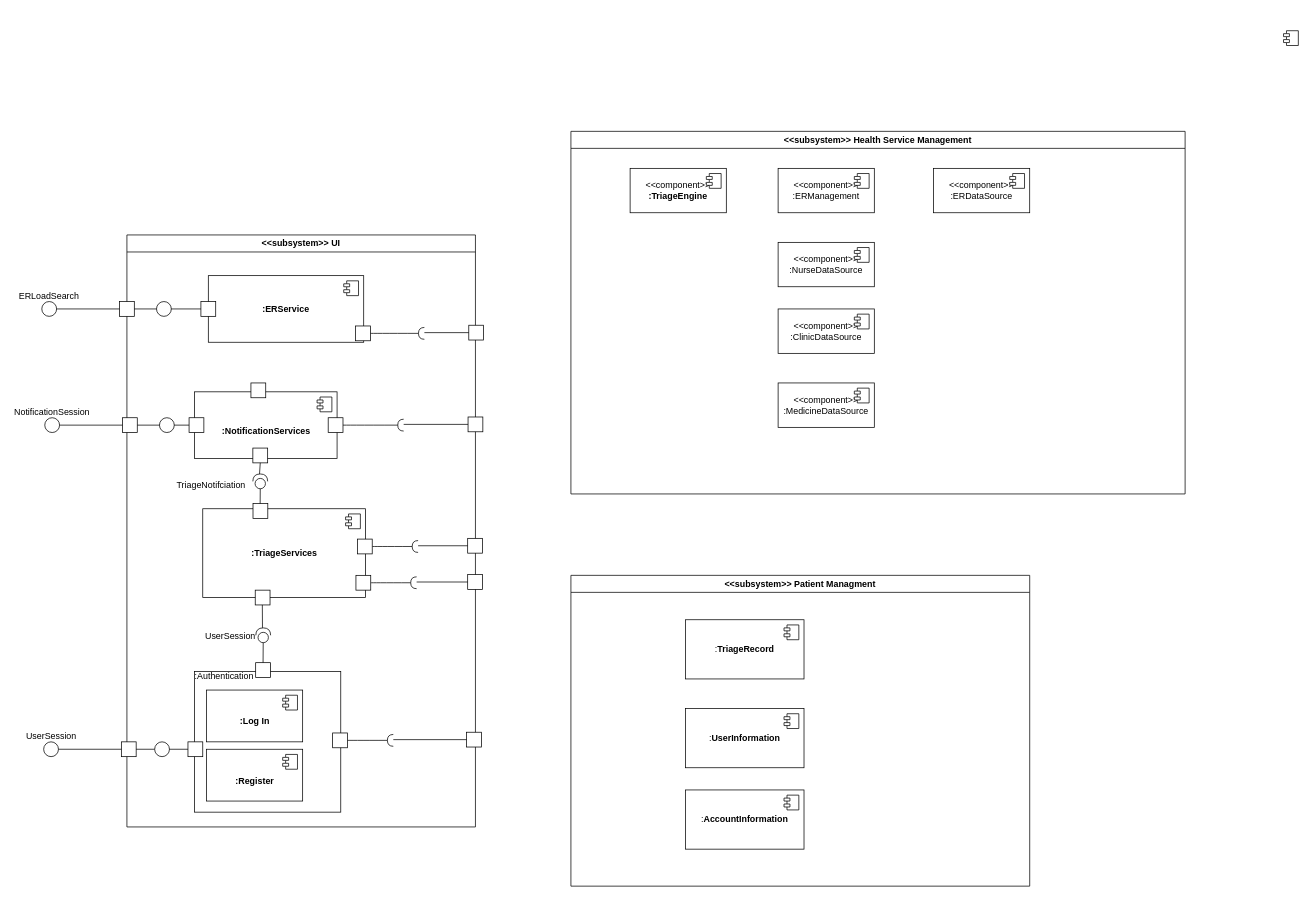
This is Usecases/C&C.drawio from uvic-teach/project-m1-team8, a draw.io file, before an edit. Source tidied: cells renumbered, new cells numbered last; positions are measured from the earlier drawing's top-left corner, leaving out a move shared by most shapes. Both pictures are drawn from the tidied source at 74%, with x=0, y=0 at pixel (27, 131).
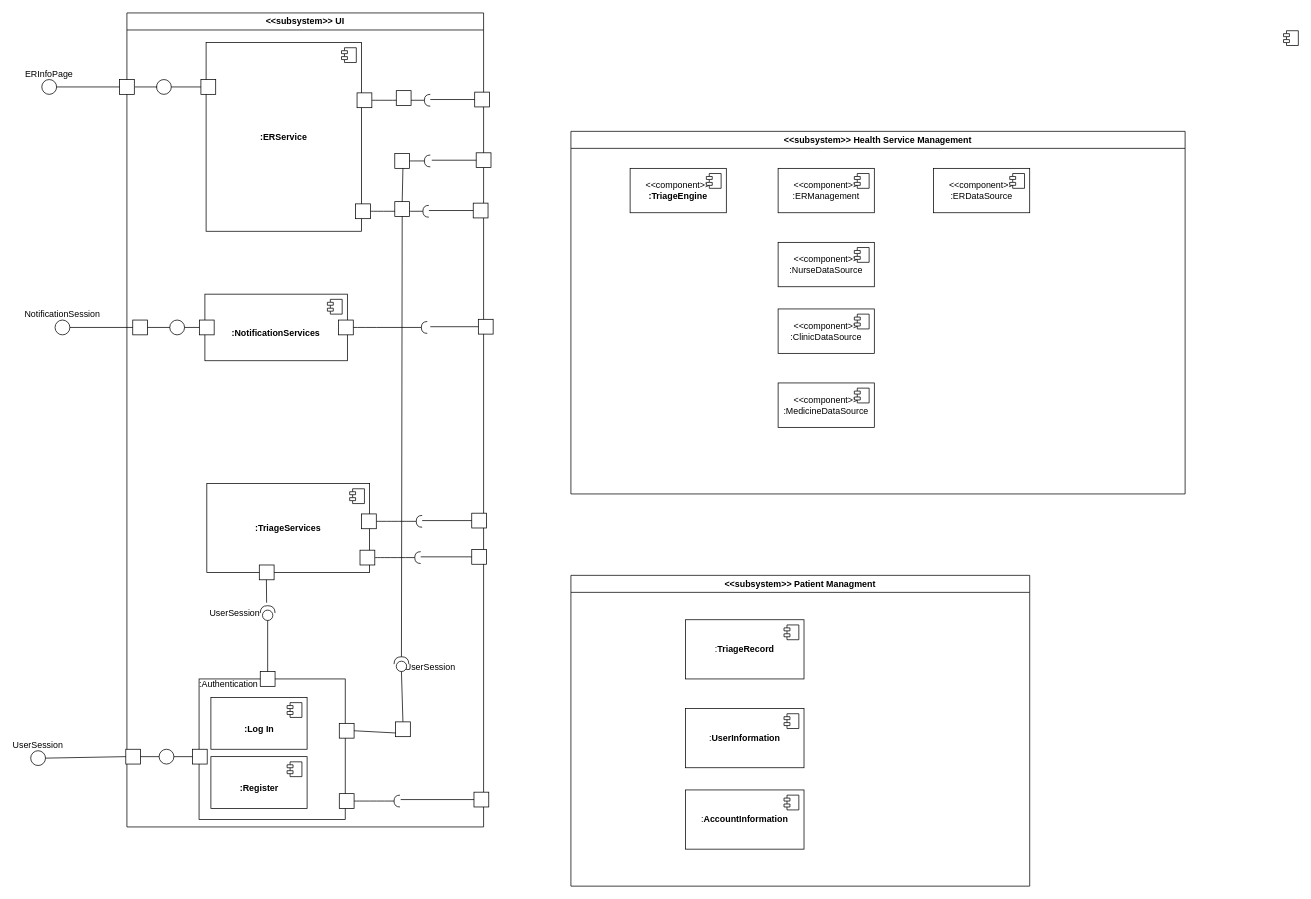
The same page after the edit.

The change refers to these unchanged cells:
```xml
<mxCell id="12" style="whiteSpace=wrap;html=1;" parent="2" vertex="1">
  <mxGeometry x="-10" y="90" width="20" height="20" as="geometry" />
</mxCell>
```

What changed in the source:
```diff
@@
     <mxCell id="2" value="&amp;lt;&amp;lt;subsystem&amp;gt;&amp;gt; UI" style="swimlane;whiteSpace=wrap;html=1;" parent="1" vertex="1">
-      <mxGeometry x="135" y="140" width="471" height="800" as="geometry" />
+      <mxGeometry x="135" y="-160" width="482" height="1100" as="geometry" />
     </mxCell>
     <mxCell id="3" value="&lt;b&gt;:ERService&lt;/b&gt;" style="html=1;whiteSpace=wrap;" parent="2" vertex="1">
-      <mxGeometry x="110" y="55" width="210" height="90" as="geometry" />
+      <mxGeometry x="107" y="40" width="210" height="255" as="geometry" />
     </mxCell>
@@
     <mxCell id="5" value=":Authentication" style="verticalAlign=top;align=left;overflow=fill;fontSize=12;fontFamily=Helvetica;html=1;whiteSpace=wrap;" parent="2" vertex="1">
-      <mxGeometry x="91.5" y="590" width="197.5" height="190" as="geometry" />
+      <mxGeometry x="97.5" y="900" width="197.5" height="190" as="geometry" />
     </mxCell>
     <mxCell id="6" value="&lt;br&gt;&lt;b&gt;:Register&lt;/b&gt;" style="html=1;whiteSpace=wrap;" parent="2" vertex="1">
-      <mxGeometry x="107.5" y="695" width="130" height="70" as="geometry" />
+      <mxGeometry x="113.5" y="1005" width="130" height="70" as="geometry" />
     </mxCell>
@@
     <mxCell id="8" value="&lt;br&gt;&lt;b&gt;:Log In&lt;/b&gt;" style="html=1;whiteSpace=wrap;" parent="2" vertex="1">
-      <mxGeometry x="107.5" y="615" width="130" height="70" as="geometry" />
+      <mxGeometry x="113.5" y="925" width="130" height="70" as="geometry" />
     </mxCell>
@@
     <mxCell id="10" style="ellipse;whiteSpace=wrap;html=1;align=center;fillColor=none;strokeColor=none;perimeter=centerPerimeter;" parent="2" vertex="1">
-      <mxGeometry x="280" y="100" width="10" height="10" as="geometry" />
+      <mxGeometry x="286" y="235" width="10" height="10" as="geometry" />
     </mxCell>
     <mxCell id="11" style="whiteSpace=wrap;html=1;" parent="2" vertex="1">
-      <mxGeometry x="-7.5" y="685" width="20" height="20" as="geometry" />
+      <mxGeometry x="-1.5" y="995" width="20" height="20" as="geometry" />
     </mxCell>
@@
-    <mxCell id="14" value="ERLoadSearch" style="text;html=1;strokeColor=none;fillColor=none;align=center;verticalAlign=middle;whiteSpace=wrap;rounded=0;" parent="2" vertex="1">
+    <mxCell id="14" value="ERInfoPage" style="text;html=1;strokeColor=none;fillColor=none;align=center;verticalAlign=middle;whiteSpace=wrap;rounded=0;" parent="2" vertex="1">
       <mxGeometry x="-135" y="68" width="60" height="30" as="geometry" />
     </mxCell>
@@
     <mxCell id="17" style="whiteSpace=wrap;html=1;" parent="2" vertex="1">
-      <mxGeometry x="82.5" y="685" width="20" height="20" as="geometry" />
+      <mxGeometry x="88.5" y="995" width="20" height="20" as="geometry" />
     </mxCell>
@@
     <mxCell id="19" style="ellipse;whiteSpace=wrap;html=1;direction=east;" parent="2" vertex="1">
-      <mxGeometry x="37.5" y="685" width="20" height="20" as="geometry" />
+      <mxGeometry x="43.5" y="995" width="20" height="20" as="geometry" />
     </mxCell>
@@
     <mxCell id="21" value="&lt;b&gt;:TriageServices&lt;br&gt;&lt;/b&gt;" style="html=1;whiteSpace=wrap;" parent="2" vertex="1">
-      <mxGeometry x="102.5" y="370" width="220" height="120" as="geometry" />
+      <mxGeometry x="108" y="636" width="220" height="120" as="geometry" />
     </mxCell>
@@
     <mxCell id="23" style="shape=providedRequiredInterface;html=1;verticalLabelPosition=bottom;sketch=0;rotation=-90;" parent="2" vertex="1">
-      <mxGeometry x="174.2" y="531" width="20" height="20" as="geometry" />
+      <mxGeometry x="180.2" y="801" width="20" height="20" as="geometry" />
     </mxCell>
     <mxCell id="24" value="UserSession" style="text;html=1;strokeColor=none;fillColor=none;align=center;verticalAlign=middle;whiteSpace=wrap;rounded=0;" parent="2" vertex="1">
-      <mxGeometry x="110" y="527" width="60" height="30" as="geometry" />
+      <mxGeometry x="116" y="797" width="60" height="30" as="geometry" />
     </mxCell>
     <mxCell id="25" style="whiteSpace=wrap;html=1;" parent="2" vertex="1">
-      <mxGeometry x="173.4" y="480" width="20" height="20" as="geometry" />
+      <mxGeometry x="178.9" y="746" width="20" height="20" as="geometry" />
     </mxCell>
-    <mxCell id="26" style="rounded=0;jettySize=auto;html=1;endArrow=halfCircle;endFill=0;endSize=6;strokeWidth=1;sketch=0;fontSize=12;curved=1;exitX=1;exitY=0.5;exitDx=0;exitDy=0;" parent="2" edge="1" source="96">
-      <mxGeometry relative="1" as="geometry">
-        <mxPoint x="360" y="683" as="targetPoint" />
-      </mxGeometry>
-    </mxCell>
     <mxCell id="27" style="rounded=0;jettySize=auto;html=1;endArrow=halfCircle;endFill=0;endSize=6;strokeWidth=1;sketch=0;fontSize=12;curved=1;exitX=1;exitY=0.5;exitDx=0;exitDy=0;" parent="2" edge="1" source="28">
       <mxGeometry relative="1" as="geometry">
-        <mxPoint x="391.5" y="470" as="targetPoint" />
+        <mxPoint x="397" y="736" as="targetPoint" />
       </mxGeometry>
     </mxCell>
     <mxCell id="28" style="whiteSpace=wrap;html=1;" parent="2" vertex="1">
-      <mxGeometry x="309.5" y="460" width="20" height="20" as="geometry" />
+      <mxGeometry x="315" y="726" width="20" height="20" as="geometry" />
     </mxCell>
     <mxCell id="29" style="whiteSpace=wrap;html=1;" parent="2" vertex="1">
-      <mxGeometry x="460.5" y="459" width="20" height="20" as="geometry" />
+      <mxGeometry x="466" y="725" width="20" height="20" as="geometry" />
     </mxCell>
     <mxCell id="30" style="endArrow=none;html=1;rounded=0;entryX=0;entryY=0.5;entryDx=0;entryDy=0;" parent="2" edge="1" target="29">
       <mxGeometry relative="1" as="geometry">
-        <mxPoint x="391.5" y="469" as="sourcePoint" />
+        <mxPoint x="397" y="735" as="sourcePoint" />
       </mxGeometry>
     </mxCell>
     <mxCell id="31" style="rounded=0;jettySize=auto;html=1;endArrow=halfCircle;endFill=0;endSize=6;strokeWidth=1;sketch=0;fontSize=12;curved=1;exitX=1;exitY=0.5;exitDx=0;exitDy=0;" parent="2" edge="1" source="32">
       <mxGeometry relative="1" as="geometry">
-        <mxPoint x="393.5" y="421" as="targetPoint" />
+        <mxPoint x="399" y="687" as="targetPoint" />
       </mxGeometry>
     </mxCell>
     <mxCell id="32" style="whiteSpace=wrap;html=1;" parent="2" vertex="1">
-      <mxGeometry x="311.5" y="411" width="20" height="20" as="geometry" />
+      <mxGeometry x="317" y="677" width="20" height="20" as="geometry" />
     </mxCell>
     <mxCell id="33" style="whiteSpace=wrap;html=1;" parent="2" vertex="1">
-      <mxGeometry x="460.5" y="410" width="20" height="20" as="geometry" />
+      <mxGeometry x="466" y="676" width="20" height="20" as="geometry" />
     </mxCell>
     <mxCell id="34" style="endArrow=none;html=1;rounded=0;entryX=0;entryY=0.5;entryDx=0;entryDy=0;" parent="2" edge="1" target="33">
       <mxGeometry relative="1" as="geometry">
-        <mxPoint x="393.5" y="420" as="sourcePoint" />
+        <mxPoint x="399" y="686" as="sourcePoint" />
       </mxGeometry>
     </mxCell>
     <mxCell id="35" style="rounded=0;jettySize=auto;html=1;endArrow=halfCircle;endFill=0;endSize=6;strokeWidth=1;sketch=0;fontSize=12;curved=1;exitX=1;exitY=0.5;exitDx=0;exitDy=0;" parent="2" edge="1" source="36">
       <mxGeometry relative="1" as="geometry">
-        <mxPoint x="402" y="133" as="targetPoint" />
+        <mxPoint x="408" y="268" as="targetPoint" />
       </mxGeometry>
     </mxCell>
     <mxCell id="36" style="whiteSpace=wrap;html=1;" parent="2" vertex="1">
-      <mxGeometry x="309" y="123" width="20" height="20" as="geometry" />
+      <mxGeometry x="309" y="258" width="20" height="20" as="geometry" />
     </mxCell>
     <mxCell id="37" style="whiteSpace=wrap;html=1;" parent="2" vertex="1">
-      <mxGeometry x="462" y="122" width="20" height="20" as="geometry" />
+      <mxGeometry x="468" y="257" width="20" height="20" as="geometry" />
     </mxCell>
     <mxCell id="38" style="endArrow=none;html=1;rounded=0;entryX=0;entryY=0.5;entryDx=0;entryDy=0;" parent="2" edge="1" target="37">
       <mxGeometry relative="1" as="geometry">
-        <mxPoint x="402" y="132" as="sourcePoint" />
+        <mxPoint x="408" y="267" as="sourcePoint" />
       </mxGeometry>
     </mxCell>
     <mxCell id="39" value="&lt;br&gt;&lt;b&gt;:NotificationServices&lt;br&gt;&lt;/b&gt;" style="html=1;whiteSpace=wrap;" parent="2" vertex="1">
-      <mxGeometry x="91.5" y="212" width="192.5" height="90" as="geometry" />
+      <mxGeometry x="105.4" y="380" width="192.5" height="90" as="geometry" />
     </mxCell>
@@
     <mxCell id="41" style="whiteSpace=wrap;html=1;" parent="2" vertex="1">
-      <mxGeometry x="-6" y="247" width="20" height="20" as="geometry" />
+      <mxGeometry x="7.9" y="415" width="20" height="20" as="geometry" />
     </mxCell>
     <mxCell id="42" style="ellipse;whiteSpace=wrap;html=1;" parent="2" vertex="1">
-      <mxGeometry x="-111" y="247" width="20" height="20" as="geometry" />
+      <mxGeometry x="-97.1" y="415" width="20" height="20" as="geometry" />
     </mxCell>
     <mxCell id="43" value="NotificationSession" style="text;html=1;strokeColor=none;fillColor=none;align=center;verticalAlign=middle;whiteSpace=wrap;rounded=0;" parent="2" vertex="1">
-      <mxGeometry x="-131" y="225" width="60" height="30" as="geometry" />
+      <mxGeometry x="-117.1" y="393" width="60" height="30" as="geometry" />
     </mxCell>
@@
     <mxCell id="45" style="whiteSpace=wrap;html=1;" parent="2" vertex="1">
-      <mxGeometry x="84" y="247" width="20" height="20" as="geometry" />
+      <mxGeometry x="97.9" y="415" width="20" height="20" as="geometry" />
     </mxCell>
     <mxCell id="46" style="endArrow=none;html=1;rounded=0;entryX=1;entryY=0.5;entryDx=0;entryDy=0;" parent="2" edge="1" target="47">
       <mxGeometry relative="1" as="geometry">
-        <mxPoint x="44" y="257" as="sourcePoint" />
+        <mxPoint x="57.9" y="425" as="sourcePoint" />
       </mxGeometry>
     </mxCell>
     <mxCell id="47" style="ellipse;whiteSpace=wrap;html=1;direction=east;" parent="2" vertex="1">
-      <mxGeometry x="44" y="247" width="20" height="20" as="geometry" />
+      <mxGeometry x="57.9" y="415" width="20" height="20" as="geometry" />
     </mxCell>
@@
-    <mxCell id="50" style="whiteSpace=wrap;html=1;" parent="2" vertex="1">
-      <mxGeometry x="170.2" y="288" width="20" height="20" as="geometry" />
-    </mxCell>
-    <mxCell id="51" style="whiteSpace=wrap;html=1;" parent="2" vertex="1">
-      <mxGeometry x="167.6" y="200" width="20" height="20" as="geometry" />
-    </mxCell>
-    <mxCell id="52" style="rounded=0;jettySize=auto;html=1;endArrow=halfCircle;endFill=0;endSize=6;strokeWidth=1;sketch=0;fontSize=12;curved=1;exitX=1;exitY=0.5;exitDx=0;exitDy=0;" parent="2" edge="1" source="53">
+    <mxCell id="52" style="rounded=0;jettySize=auto;html=1;endArrow=halfCircle;endFill=0;endSize=6;strokeWidth=1;sketch=0;fontSize=12;curved=1;exitX=1;exitY=0.5;exitDx=0;exitDy=0;" parent="2" edge="1" source="39">
       <mxGeometry relative="1" as="geometry">
-        <mxPoint x="374" y="257" as="targetPoint" />
+        <mxPoint x="405.9" y="425" as="targetPoint" />
       </mxGeometry>
     </mxCell>
     <mxCell id="53" style="whiteSpace=wrap;html=1;" parent="2" vertex="1">
-      <mxGeometry x="272" y="247" width="20" height="20" as="geometry" />
+      <mxGeometry x="285.9" y="415" width="20" height="20" as="geometry" />
     </mxCell>
     <mxCell id="54" style="whiteSpace=wrap;html=1;" parent="2" vertex="1">
-      <mxGeometry x="461" y="246" width="20" height="20" as="geometry" />
+      <mxGeometry x="474.9" y="414" width="20" height="20" as="geometry" />
     </mxCell>
     <mxCell id="55" style="endArrow=none;html=1;rounded=0;entryX=0;entryY=0.5;entryDx=0;entryDy=0;" parent="2" edge="1" target="54">
       <mxGeometry relative="1" as="geometry">
-        <mxPoint x="374" y="256" as="sourcePoint" />
+        <mxPoint x="410" y="424" as="sourcePoint" />
       </mxGeometry>
     </mxCell>
     <mxCell id="56" style="endArrow=none;html=1;rounded=0;entryX=1;entryY=0.5;entryDx=0;entryDy=0;entryPerimeter=0;" parent="2" edge="1">
       <mxGeometry relative="1" as="geometry">
-        <mxPoint x="183" y="500" as="sourcePoint" />
-        <mxPoint x="183.2" y="531" as="targetPoint" />
+        <mxPoint x="188.5" y="766" as="sourcePoint" />
+        <mxPoint x="188.8" y="797" as="targetPoint" />
       </mxGeometry>
     </mxCell>
-    <mxCell id="57" style="shape=providedRequiredInterface;html=1;verticalLabelPosition=bottom;sketch=0;rotation=-90;" parent="2" vertex="1">
-      <mxGeometry x="170.2" y="323" width="20" height="20" as="geometry" />
-    </mxCell>
-    <mxCell id="58" style="endArrow=none;html=1;rounded=0;entryX=1;entryY=0.5;entryDx=0;entryDy=0;entryPerimeter=0;exitX=0.5;exitY=1;exitDx=0;exitDy=0;" parent="2" edge="1" source="50">
-      <mxGeometry relative="1" as="geometry">
-        <mxPoint x="179.2" y="323" as="targetPoint" />
-      </mxGeometry>
-    </mxCell>
-    <mxCell id="59" style="endArrow=none;html=1;rounded=0;exitX=0.5;exitY=0;exitDx=0;exitDy=0;entryX=0;entryY=0.5;entryDx=0;entryDy=0;entryPerimeter=0;" parent="2" edge="1" target="57">
-      <mxGeometry relative="1" as="geometry">
-        <mxPoint x="180" y="370" as="sourcePoint" />
-      </mxGeometry>
-    </mxCell>
-    <mxCell id="60" value="TriageNotifciation" style="text;html=1;strokeColor=none;fillColor=none;align=center;verticalAlign=middle;whiteSpace=wrap;rounded=0;" parent="2" vertex="1">
-      <mxGeometry x="84" y="323" width="60" height="30" as="geometry" />
-    </mxCell>
+    <mxCell id="26" style="rounded=0;jettySize=auto;html=1;endArrow=halfCircle;endFill=0;endSize=6;strokeWidth=1;sketch=0;fontSize=12;curved=1;exitX=1;exitY=0.5;exitDx=0;exitDy=0;" parent="2" edge="1" source="96">
+      <mxGeometry relative="1" as="geometry">
+        <mxPoint x="369" y="1065" as="targetPoint" />
+      </mxGeometry>
+    </mxCell>
+    <mxCell id="96" style="whiteSpace=wrap;html=1;" parent="2" vertex="1">
+      <mxGeometry x="287" y="1055" width="20" height="20" as="geometry" />
+    </mxCell>
+    <mxCell id="98" style="whiteSpace=wrap;html=1;" parent="2" vertex="1">
+      <mxGeometry x="469" y="1053" width="20" height="20" as="geometry" />
+    </mxCell>
+    <mxCell id="99" style="endArrow=none;html=1;rounded=0;entryX=0;entryY=0.5;entryDx=0;entryDy=0;" parent="2" edge="1" target="98">
+      <mxGeometry relative="1" as="geometry">
+        <mxPoint x="370" y="1063" as="sourcePoint" />
+      </mxGeometry>
+    </mxCell>
+    <mxCell id="101" value="UserSession" style="text;html=1;strokeColor=none;fillColor=none;align=center;verticalAlign=middle;whiteSpace=wrap;rounded=0;" parent="2" vertex="1">
+      <mxGeometry x="380" y="870" width="60" height="30" as="geometry" />
+    </mxCell>
@@
     <mxCell id="85" style="ellipse;whiteSpace=wrap;html=1;align=center;fillColor=none;strokeColor=none;perimeter=centerPerimeter;" parent="1" vertex="1">
-      <mxGeometry x="595" y="290" width="10" height="10" as="geometry" />
+      <mxGeometry x="600.5" y="556" width="10" height="10" as="geometry" />
     </mxCell>
@@
     <mxCell id="87" style="ellipse;whiteSpace=wrap;html=1;" parent="1" vertex="1">
-      <mxGeometry x="22.5" y="825" width="20" height="20" as="geometry" />
+      <mxGeometry x="5" y="837" width="20" height="20" as="geometry" />
     </mxCell>
     <mxCell id="88" value="UserSession" style="text;html=1;strokeColor=none;fillColor=none;align=center;verticalAlign=middle;whiteSpace=wrap;rounded=0;" parent="1" vertex="1">
-      <mxGeometry x="2.5" y="803" width="60" height="30" as="geometry" />
+      <mxGeometry x="-15" y="815" width="60" height="30" as="geometry" />
     </mxCell>
@@
-    <mxCell id="90" style="endArrow=none;html=1;rounded=0;entryX=1;entryY=0.5;entryDx=0;entryDy=0;" parent="1" edge="1" source="92" target="12">
-      <mxGeometry relative="1" as="geometry" />
-    </mxCell>
-    <mxCell id="91" style="endArrow=none;html=1;rounded=0;entryX=1;entryY=0.5;entryDx=0;entryDy=0;" parent="1" edge="1" target="92">
-      <mxGeometry relative="1" as="geometry">
-        <mxPoint x="175" y="240" as="sourcePoint" />
-      </mxGeometry>
-    </mxCell>
     <mxCell id="92" style="ellipse;whiteSpace=wrap;html=1;direction=east;" parent="1" vertex="1">
-      <mxGeometry x="175" y="230" width="20" height="20" as="geometry" />
+      <mxGeometry x="175" y="-70" width="20" height="20" as="geometry" />
     </mxCell>
@@
     <mxCell id="94" style="whiteSpace=wrap;html=1;" parent="1" vertex="1">
-      <mxGeometry x="309" y="718" width="20" height="20" as="geometry" />
+      <mxGeometry x="315.2" y="730" width="20" height="20" as="geometry" />
     </mxCell>
@@
-    <mxCell id="96" style="whiteSpace=wrap;html=1;" parent="1" vertex="1">
-      <mxGeometry x="413" y="813" width="20" height="20" as="geometry" />
-    </mxCell>
@@
-    <mxCell id="98" style="whiteSpace=wrap;html=1;" parent="1" vertex="1">
-      <mxGeometry x="594" y="812" width="20" height="20" as="geometry" />
-    </mxCell>
-    <mxCell id="99" style="endArrow=none;html=1;rounded=0;entryX=0;entryY=0.5;entryDx=0;entryDy=0;" parent="1" edge="1" target="98">
-      <mxGeometry relative="1" as="geometry">
-        <mxPoint x="495" y="822" as="sourcePoint" />
-      </mxGeometry>
-    </mxCell>
-    <mxCell id="100" style="whiteSpace=wrap;html=1;" parent="1" vertex="1">
-      <mxGeometry x="305.4" y="503" width="20" height="20" as="geometry" />
-    </mxCell>
+    <mxCell id="102" style="whiteSpace=wrap;html=1;" parent="1" vertex="1">
+      <mxGeometry x="497" y="95" width="20" height="20" as="geometry" />
+    </mxCell>
+    <mxCell id="103" style="shape=providedRequiredInterface;html=1;verticalLabelPosition=bottom;sketch=0;direction=north;" parent="1" vertex="1">
+      <mxGeometry x="496" y="710" width="20" height="20" as="geometry" />
+    </mxCell>
+    <mxCell id="104" style="endArrow=none;html=1;rounded=0;entryX=0.5;entryY=1;entryDx=0;entryDy=0;exitX=1;exitY=0.5;exitDx=0;exitDy=0;exitPerimeter=0;" parent="1" edge="1" source="103" target="102">
+      <mxGeometry relative="1" as="geometry" />
+    </mxCell>
+    <mxCell id="105" style="endArrow=none;html=1;rounded=0;entryX=0;entryY=0.5;entryDx=0;entryDy=0;entryPerimeter=0;exitX=0.5;exitY=0;exitDx=0;exitDy=0;" parent="1" edge="1" source="106" target="103">
+      <mxGeometry relative="1" as="geometry" />
+    </mxCell>
+    <mxCell id="106" style="whiteSpace=wrap;html=1;" parent="1" vertex="1">
+      <mxGeometry x="498" y="798" width="20" height="20" as="geometry" />
+    </mxCell>
+    <mxCell id="107" style="whiteSpace=wrap;html=1;" parent="1" vertex="1">
+      <mxGeometry x="422" y="800" width="20" height="20" as="geometry" />
+    </mxCell>
+    <mxCell id="108" style="endArrow=none;html=1;rounded=0;exitX=1;exitY=0.5;exitDx=0;exitDy=0;entryX=0;entryY=0.75;entryDx=0;entryDy=0;" parent="1" edge="1" source="107" target="106">
+      <mxGeometry relative="1" as="geometry" />
+    </mxCell>
+    <mxCell id="109" style="endArrow=none;html=1;rounded=0;entryX=0;entryY=0.5;entryDx=0;entryDy=0;exitX=1;exitY=0.5;exitDx=0;exitDy=0;" parent="1" edge="1">
+      <mxGeometry relative="1" as="geometry">
+        <mxPoint x="146" y="-60" as="sourcePoint" />
+        <mxPoint x="176" y="-60" as="targetPoint" />
+      </mxGeometry>
+    </mxCell>
+    <mxCell id="110" style="whiteSpace=wrap;html=1;" parent="1" vertex="1">
+      <mxGeometry x="497" y="30" width="20" height="20" as="geometry" />
+    </mxCell>
+    <mxCell id="111" style="endArrow=none;html=1;rounded=0;entryX=0.5;entryY=1;entryDx=0;entryDy=0;exitX=0.5;exitY=0;exitDx=0;exitDy=0;" parent="1" edge="1" source="102">
+      <mxGeometry relative="1" as="geometry">
+        <mxPoint x="508" y="50" as="targetPoint" />
+      </mxGeometry>
+    </mxCell>
+    <mxCell id="112" style="whiteSpace=wrap;html=1;" parent="1" vertex="1">
+      <mxGeometry x="607" y="29" width="20" height="20" as="geometry" />
+    </mxCell>
+    <mxCell id="113" style="endArrow=none;html=1;rounded=0;entryX=0;entryY=0.5;entryDx=0;entryDy=0;" parent="1" edge="1" target="112">
+      <mxGeometry relative="1" as="geometry">
+        <mxPoint x="547" y="39" as="sourcePoint" />
+      </mxGeometry>
+    </mxCell>
+    <mxCell id="114" style="rounded=0;jettySize=auto;html=1;endArrow=halfCircle;endFill=0;endSize=6;strokeWidth=1;sketch=0;fontSize=12;curved=1;exitX=1;exitY=0.5;exitDx=0;exitDy=0;" parent="1" edge="1" source="110">
+      <mxGeometry relative="1" as="geometry">
+        <mxPoint x="545" y="40" as="targetPoint" />
+      </mxGeometry>
+    </mxCell>
+    <mxCell id="115" style="rounded=0;jettySize=auto;html=1;endArrow=halfCircle;endFill=0;endSize=6;strokeWidth=1;sketch=0;fontSize=12;curved=1;exitX=1;exitY=0.5;exitDx=0;exitDy=0;" parent="1" edge="1" source="116">
+      <mxGeometry relative="1" as="geometry">
+        <mxPoint x="545" y="-42" as="targetPoint" />
+      </mxGeometry>
+    </mxCell>
+    <mxCell id="116" style="whiteSpace=wrap;html=1;" parent="1" vertex="1">
+      <mxGeometry x="446" y="-52" width="20" height="20" as="geometry" />
+    </mxCell>
+    <mxCell id="117" style="whiteSpace=wrap;html=1;" parent="1" vertex="1">
+      <mxGeometry x="605" y="-53" width="20" height="20" as="geometry" />
+    </mxCell>
+    <mxCell id="118" style="endArrow=none;html=1;rounded=0;entryX=0;entryY=0.5;entryDx=0;entryDy=0;" parent="1" edge="1" target="117">
+      <mxGeometry relative="1" as="geometry">
+        <mxPoint x="545" y="-43" as="sourcePoint" />
+      </mxGeometry>
+    </mxCell>
+    <mxCell id="119" style="whiteSpace=wrap;html=1;" parent="1" vertex="1">
+      <mxGeometry x="499" y="-55" width="20" height="20" as="geometry" />
+    </mxCell>
```
